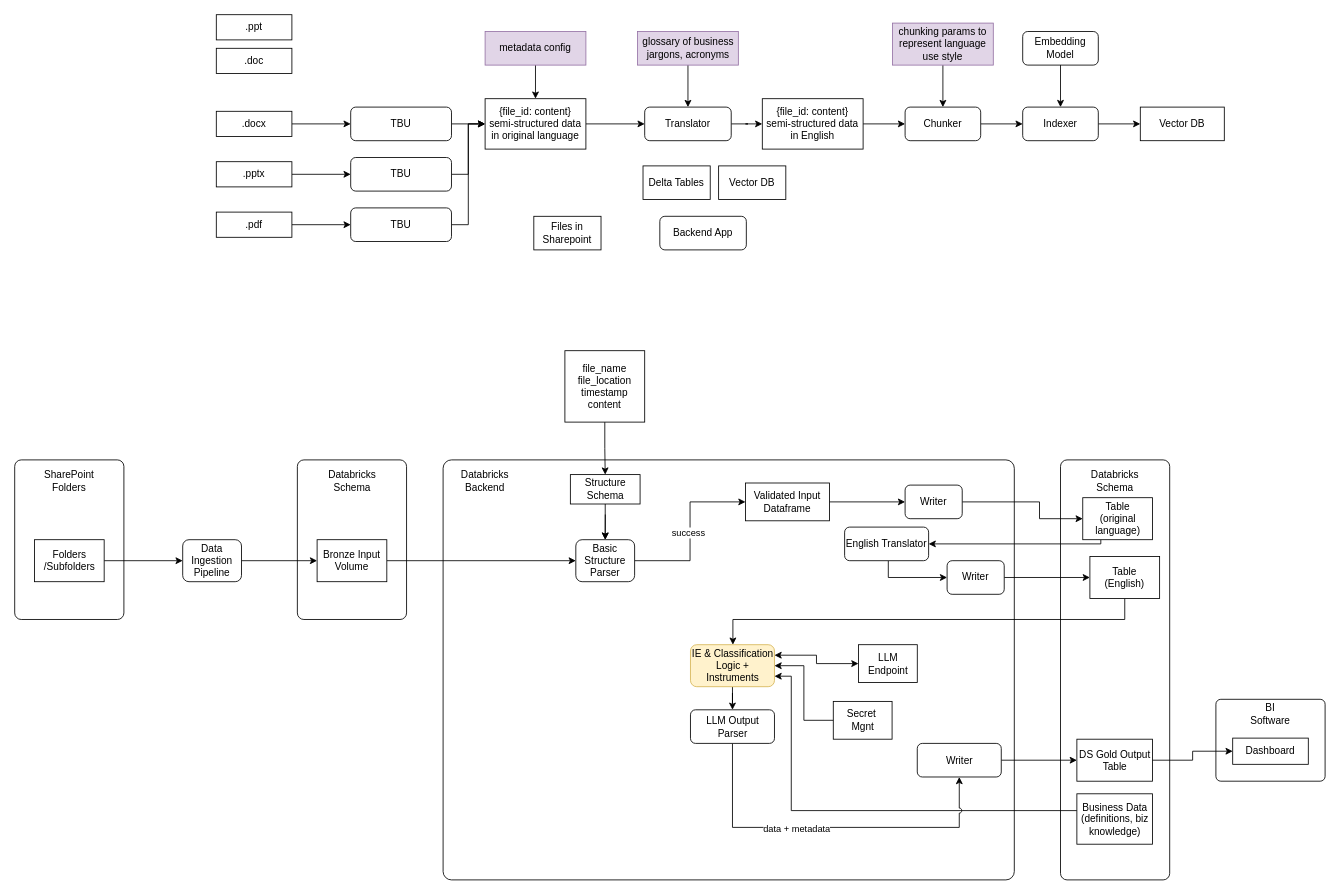
Earlier version of the draw.io diagram page "nea-safety-ie-classification" (1 of 3) of genai-classification.drawio (joshuavaple/draw-io). Source tidied: cells renumbered, new cells numbered last; positions are measured from the earlier drawing's top-left corner, leaving out a move shared by most shapes. Both pictures are drawn from the tidied source at 84%, with x=0, y=0 at pixel (14, 14).
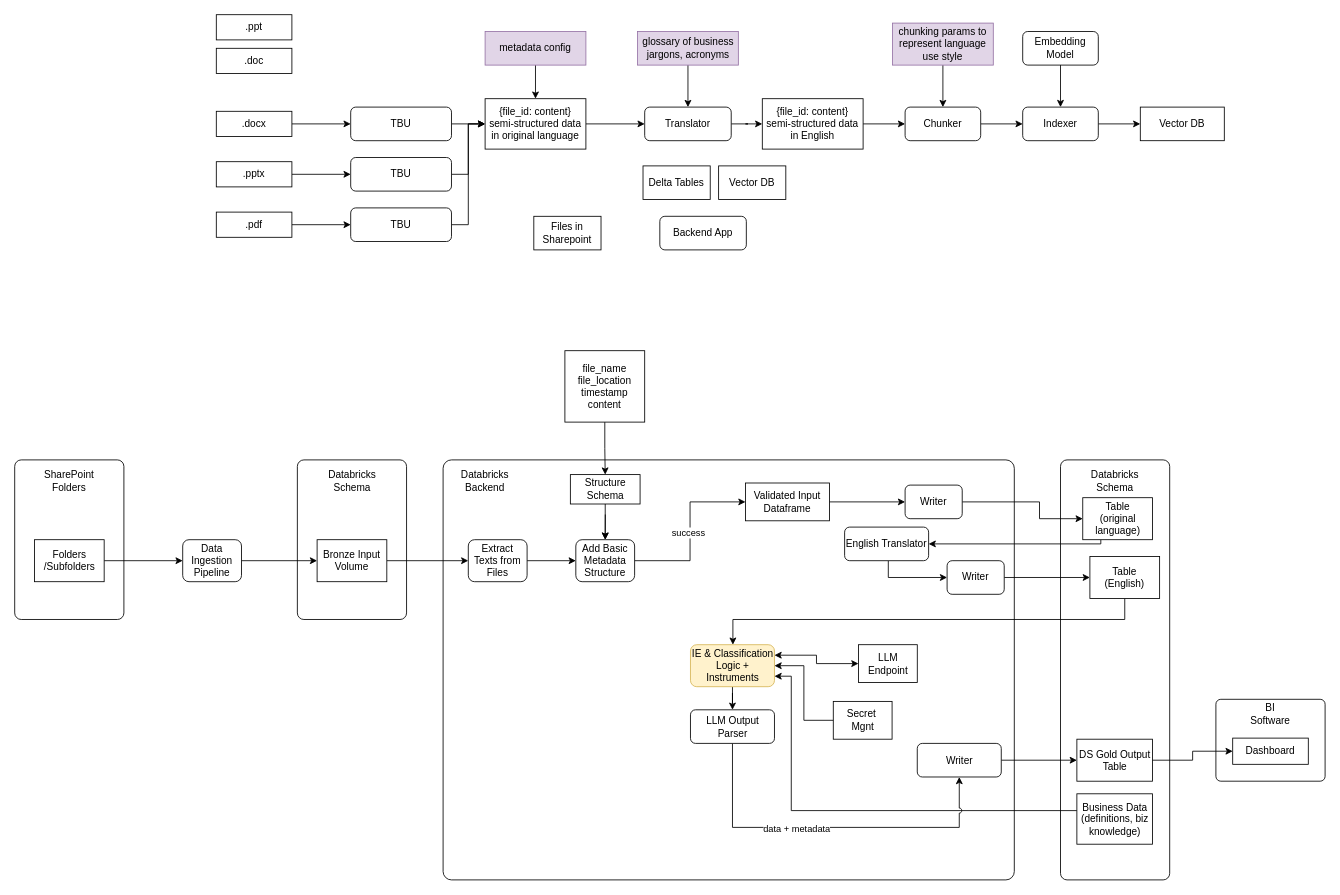
The same diagram, later.

Commit message:
updated the logic flow for NEA proj

The change refers to these unchanged cells:
```xml
<mxCell id="69" value="Bronze Input Volume" style="rounded=0;whiteSpace=wrap;html=1;" parent="1" vertex="1">
  <mxGeometry x="360" y="625" width="83" height="50" as="geometry" />
</mxCell>
```

The edit, as a diff of the source:
```diff
@@
-    <mxCell id="44" value="Basic Structure Parser" style="rounded=1;whiteSpace=wrap;html=1;" parent="1" vertex="1">
+    <mxCell id="44" value="Add Basic Metadata Structure" style="rounded=1;whiteSpace=wrap;html=1;" parent="1" vertex="1">
       <mxGeometry x="668" y="625" width="70" height="50" as="geometry" />
     </mxCell>
@@
-    <mxCell id="68" style="edgeStyle=orthogonalEdgeStyle;rounded=0;jettySize=auto;html=1;entryX=0;entryY=0.5;entryDx=0;entryDy=0;" parent="1" edge="1" source="69" target="44">
+    <mxCell id="68" style="edgeStyle=orthogonalEdgeStyle;rounded=0;jettySize=auto;html=1;" parent="1" edge="1" source="69" target="92">
       <mxGeometry relative="1" as="geometry" />
     </mxCell>
@@
+    <mxCell id="91" style="edgeStyle=orthogonalEdgeStyle;rounded=0;jettySize=auto;html=1;entryX=0;entryY=0.5;entryDx=0;entryDy=0;" parent="1" edge="1" source="92" target="44">
+      <mxGeometry relative="1" as="geometry" />
+    </mxCell>
+    <mxCell id="92" value="Extract Texts from Files" style="rounded=1;whiteSpace=wrap;html=1;" parent="1" vertex="1">
+      <mxGeometry x="540" y="625" width="70" height="50" as="geometry" />
+    </mxCell>
```
